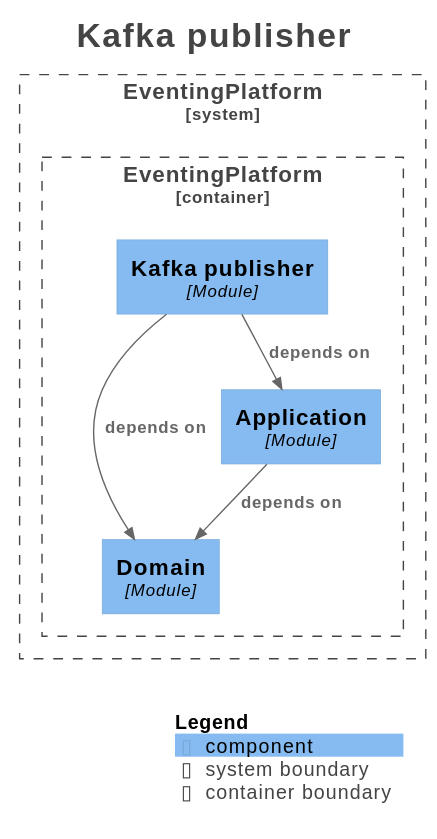
Earlier version of the PlantUML export docs/generated/architecture/svg/module-eventing.adapter.kafka.publisher.svg (Mathmagicians/confluent-eventing-playground).
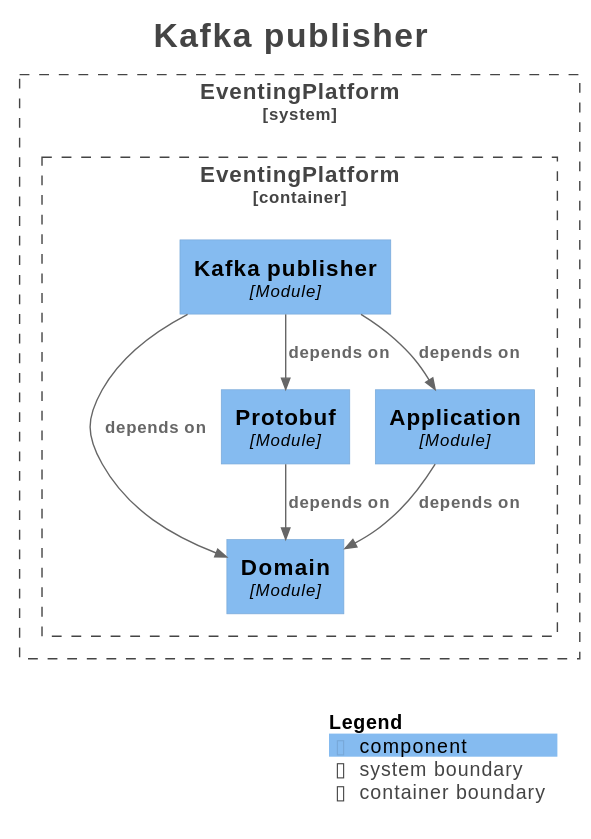
Above is the later version.

What changed in the source:
```diff
@@ -19,14 +19,17 @@
 System_Boundary("EventingPlatform_boundary", "EventingPlatform", $tags="") {
   Container_Boundary("EventingPlatform.EventingPlatform_boundary", "EventingPlatform", $tags="") {
     Component(EventingPlatform.EventingPlatform.Domain, "Domain", $techn="Module", $descr="", $tags="", $link="")
+    Component(EventingPlatform.EventingPlatform.Protobuf, "Protobuf", $techn="Module", $descr="", $tags="", $link="")
     Component(EventingPlatform.EventingPlatform.Application, "Application", $techn="Module", $descr="", $tags="", $link="")
     Component(EventingPlatform.EventingPlatform.Kafkapublisher, "Kafka publisher", $techn="Module", $descr="", $tags="", $link="")
   }
 
 }
 
+Rel(EventingPlatform.EventingPlatform.Protobuf, EventingPlatform.EventingPlatform.Domain, "depends on", $techn="", $tags="", $link="")
 Rel(EventingPlatform.EventingPlatform.Application, EventingPlatform.EventingPlatform.Domain, "depends on", $techn="", $tags="", $link="")
 Rel(EventingPlatform.EventingPlatform.Kafkapublisher, EventingPlatform.EventingPlatform.Domain, "depends on", $techn="", $tags="", $link="")
+Rel(EventingPlatform.EventingPlatform.Kafkapublisher, EventingPlatform.EventingPlatform.Protobuf, "depends on", $techn="", $tags="", $link="")
 Rel(EventingPlatform.EventingPlatform.Kafkapublisher, EventingPlatform.EventingPlatform.Application, "depends on", $techn="", $tags="", $link="")
 
 SHOW_LEGEND(true)
```
